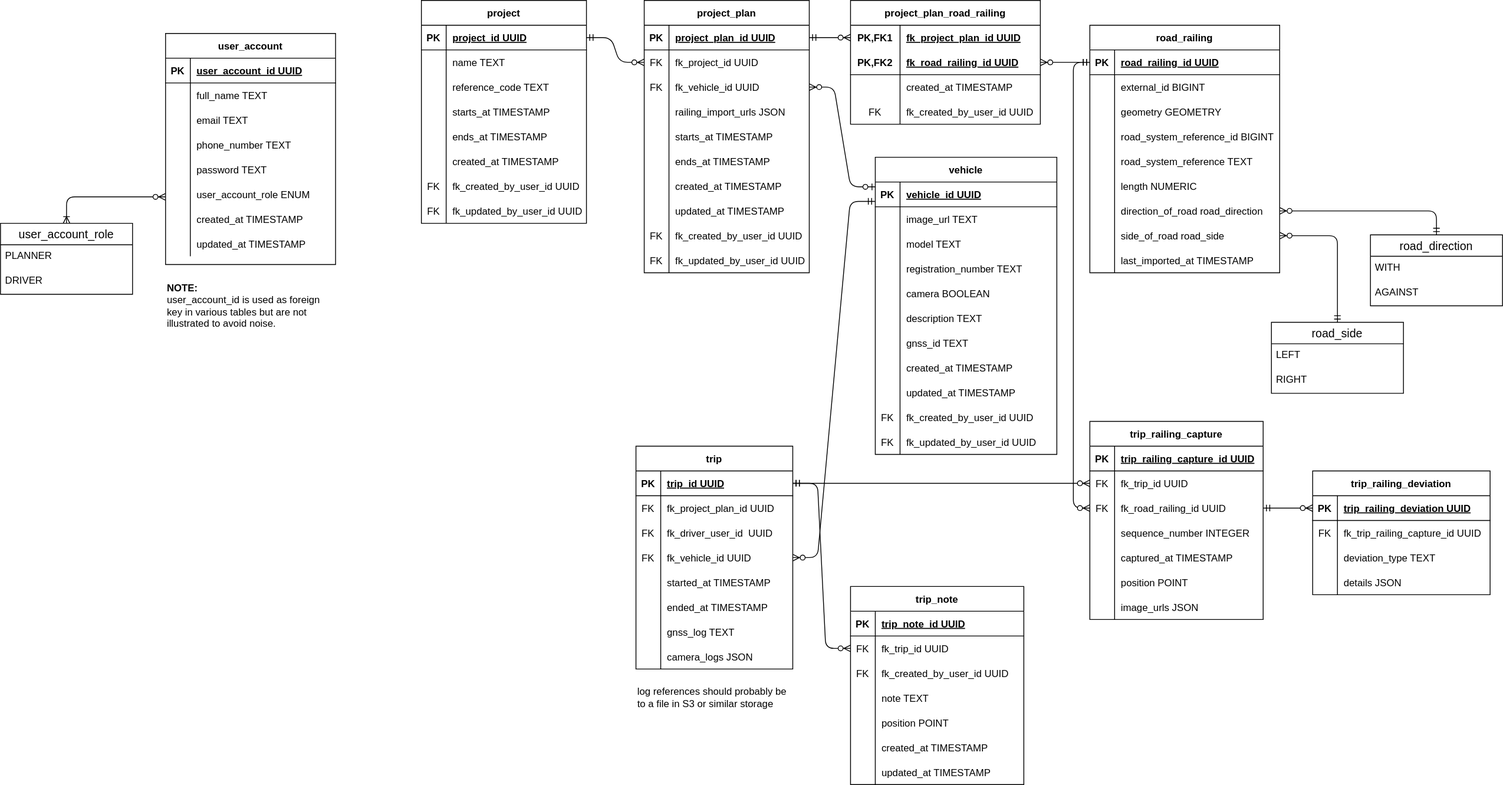
triosnok/isi-planning-tool keeps this draw.io diagram as docs/diagrams/erdiagram.drawio.svg. Above is the earlier version. Source tidied: cells renumbered, new cells last; positions are measured from the earlier drawing's top-left corner, leaving out a move shared by most shapes.
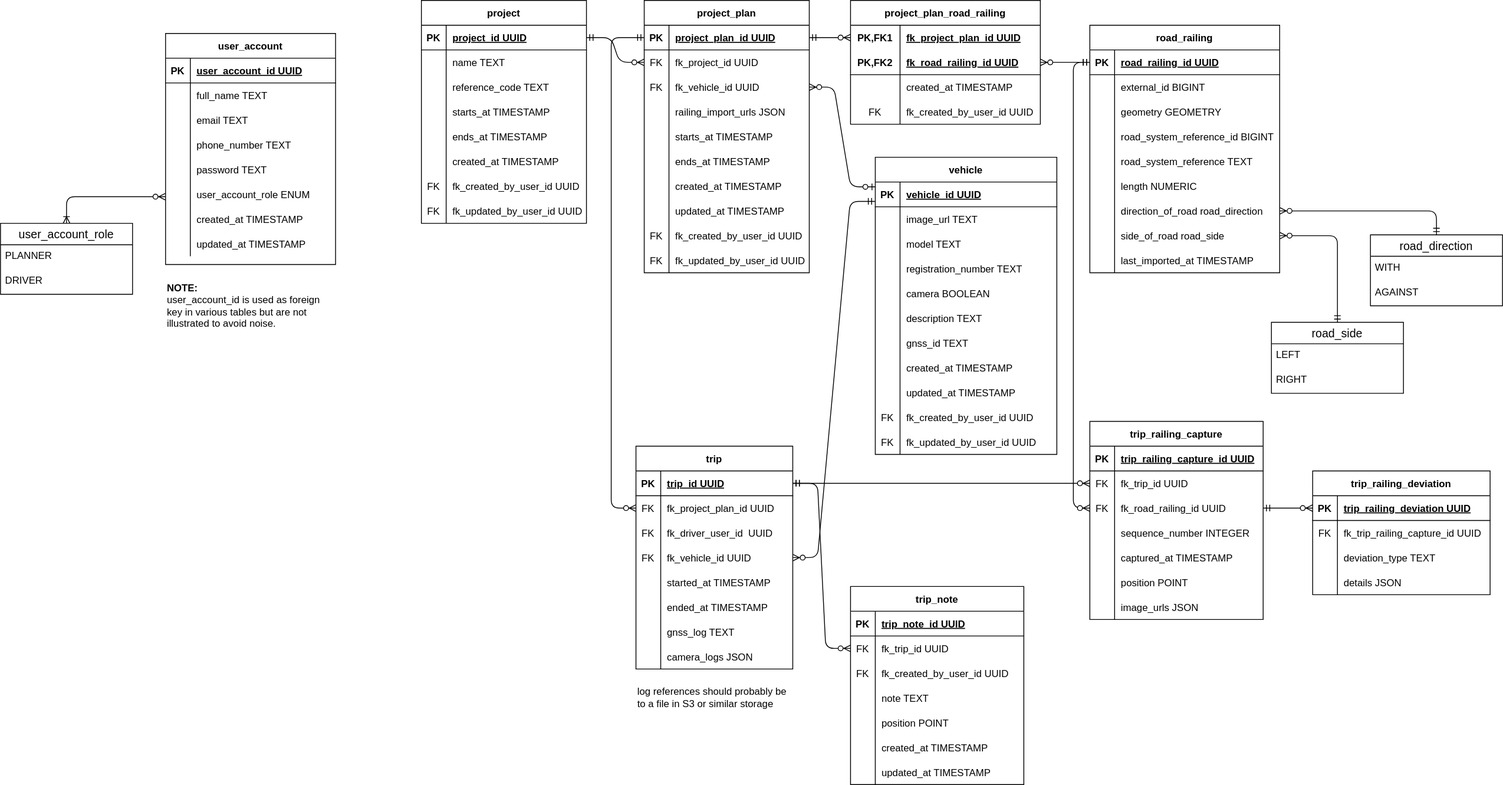
The same diagram one commit later.

Commit message:
docs: add missing arrow between trip and project plan

What changed in the source:
```diff
@@ -795,5 +795,13 @@
     <mxCell id="262" style="edgeStyle=entityRelationEdgeStyle;fontSize=12;html=1;endArrow=ERzeroToMany;startArrow=ERmandOne;exitX=1;exitY=0.5;exitDx=0;exitDy=0;entryX=0;entryY=0.5;entryDx=0;entryDy=0;" parent="1" edge="1" source="228" target="244">
       <mxGeometry relative="1" as="geometry" />
     </mxCell>
+    <mxCell id="263" style="edgeStyle=orthogonalEdgeStyle;fontSize=12;html=1;endArrow=ERzeroToMany;startArrow=ERmandOne;exitX=0;exitY=0.5;exitDx=0;exitDy=0;entryX=0;entryY=0.5;entryDx=0;entryDy=0;" parent="1" edge="1" source="57" target="178">
+      <mxGeometry relative="1" as="geometry">
+        <Array as="points">
+          <mxPoint x="740" y="45" />
+          <mxPoint x="740" y="615" />
+        </Array>
+      </mxGeometry>
+    </mxCell>
   </root>
 </mxGraphModel>
```
